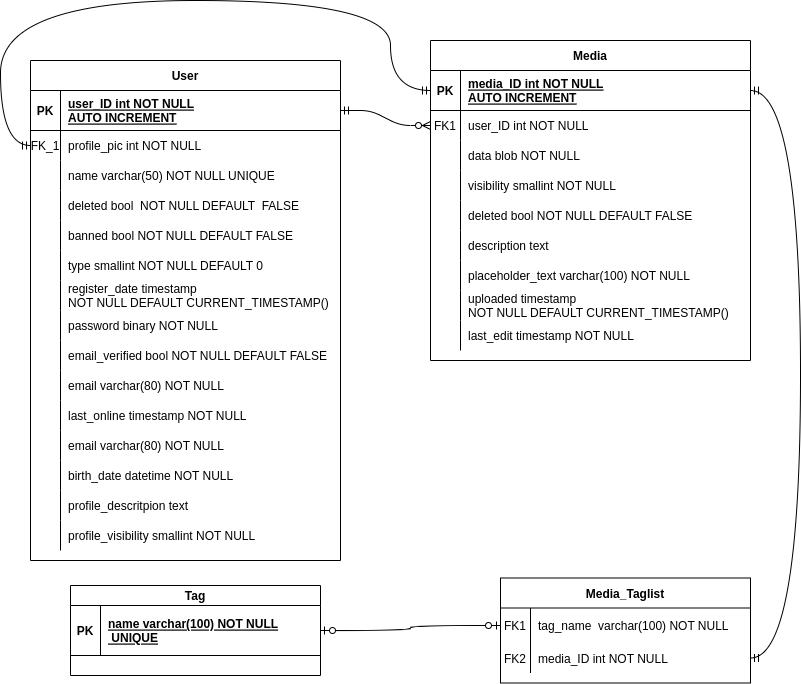
gombosg21/vizsgaremek keeps this draw.io diagram as docs/dev/db/img/VisualPosting_R_schema_phase_01.drawio.png. Above is the earlier version. Source tidied: cells renumbered, new cells last; positions are measured from the earlier drawing's top-left corner, leaving out a move shared by most shapes.
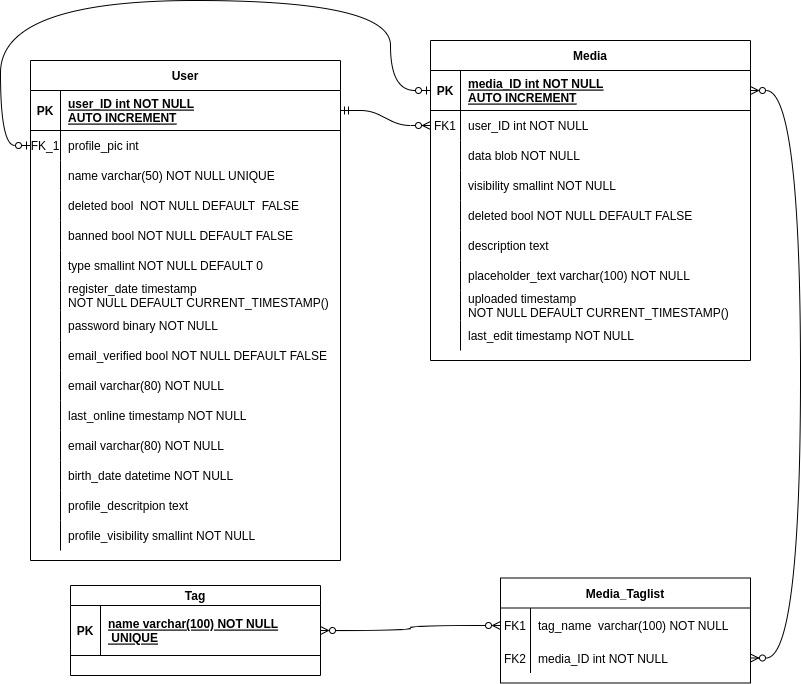
After the change.

Commit message:
prof pic null, optional, taglist optional n to n

What changed in the source:
```diff
@@ -107,7 +107,7 @@
     <mxCell id="36" value="FK_1" style="shape=partialRectangle;overflow=hidden;fillColor=none;top=0;left=0;bottom=0;right=0;" parent="35" vertex="1">
       <mxGeometry width="30" height="30" as="geometry" />
     </mxCell>
-    <mxCell id="37" value="profile_pic int NOT NULL" style="shape=partialRectangle;overflow=hidden;fillColor=none;top=0;left=0;bottom=0;right=0;align=left;spacingLeft=6;" parent="35" vertex="1">
+    <mxCell id="37" value="profile_pic int " style="shape=partialRectangle;overflow=hidden;fillColor=none;top=0;left=0;bottom=0;right=0;align=left;spacingLeft=6;" parent="35" vertex="1">
       <mxGeometry x="30" width="280" height="30" as="geometry" />
     </mxCell>
     <mxCell id="38" style="shape=partialRectangle;fillColor=none;top=0;left=0;right=0;bottom=0;" parent="31" vertex="1">
@@ -260,7 +260,7 @@
     <mxCell id="87" value="media_ID int NOT NULL" style="shape=partialRectangle;overflow=hidden;fillColor=none;top=0;left=0;bottom=0;right=0;align=left;spacingLeft=6;" parent="85" vertex="1">
       <mxGeometry x="30" width="220" height="30" as="geometry" />
     </mxCell>
-    <mxCell id="88" style="edgeStyle=orthogonalEdgeStyle;curved=1;rounded=0;jettySize=auto;html=1;exitX=0;exitY=0.5;exitDx=0;exitDy=0;entryX=1;entryY=0.5;entryDx=0;entryDy=0;startArrow=ERzeroToOne;startFill=0;endArrow=ERzeroToOne;endFill=0;" parent="1" edge="1" source="82" target="78">
+    <mxCell id="88" style="edgeStyle=orthogonalEdgeStyle;curved=1;rounded=0;jettySize=auto;html=1;exitX=0;exitY=0.5;exitDx=0;exitDy=0;entryX=1;entryY=0.5;entryDx=0;entryDy=0;startArrow=ERzeroToMany;startFill=0;endArrow=ERzeroToMany;endFill=0;" parent="1" edge="1" source="82" target="78">
       <mxGeometry relative="1" as="geometry">
         <Array as="points">
           <mxPoint x="410" y="625" />
@@ -268,7 +268,7 @@
         </Array>
       </mxGeometry>
     </mxCell>
-    <mxCell id="89" style="edgeStyle=orthogonalEdgeStyle;curved=1;rounded=0;jettySize=auto;html=1;exitX=1;exitY=0.5;exitDx=0;exitDy=0;startArrow=ERmandOne;startFill=0;endArrow=ERmandOne;endFill=0;" parent="1" edge="1" source="85" target="4">
+    <mxCell id="89" style="edgeStyle=orthogonalEdgeStyle;curved=1;rounded=0;jettySize=auto;html=1;exitX=1;exitY=0.5;exitDx=0;exitDy=0;startArrow=ERzeroToMany;startFill=0;endArrow=ERzeroToMany;endFill=0;" parent="1" edge="1" source="85" target="4">
       <mxGeometry relative="1" as="geometry">
         <Array as="points">
           <mxPoint x="800" y="658" />
@@ -276,7 +276,7 @@
         </Array>
       </mxGeometry>
     </mxCell>
-    <mxCell id="90" style="edgeStyle=orthogonalEdgeStyle;rounded=0;jettySize=auto;html=1;exitX=0;exitY=0.5;exitDx=0;exitDy=0;startArrow=ERmandOne;startFill=0;endArrow=ERmandOne;endFill=0;curved=1;entryX=0;entryY=0.5;entryDx=0;entryDy=0;" parent="1" edge="1" source="35" target="4">
+    <mxCell id="90" style="edgeStyle=orthogonalEdgeStyle;rounded=0;jettySize=auto;html=1;exitX=0;exitY=0.5;exitDx=0;exitDy=0;startArrow=ERzeroToOne;startFill=0;endArrow=ERzeroToOne;endFill=0;curved=1;entryX=0;entryY=0.5;entryDx=0;entryDy=0;" parent="1" edge="1" source="35" target="4">
       <mxGeometry relative="1" as="geometry">
         <Array as="points">
           <mxPoint y="145" />
```
